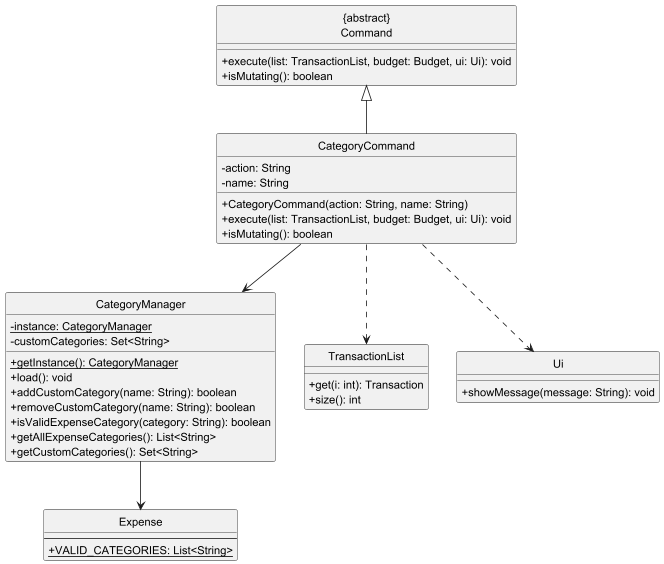
Before: docs/diagrams/CategoryClassDiagram.png, a diagram exported from PlantUML (benthejarofmint/tp). The source it was exported from:
```plantuml
@startuml CategoryClassDiagram
hide circle

skinparam classAttributeIconSize 0

class "{abstract}\nCommand" as Command {
  +execute(list: TransactionList, budget: Budget, ui: Ui): void
  +isMutating(): boolean
}

class CategoryCommand {
  -action: String
  -name: String
  +CategoryCommand(action: String, name: String)
  +execute(list: TransactionList, budget: Budget, ui: Ui): void
  +isMutating(): boolean
}

class CategoryManager {
  {static} -instance: CategoryManager
  -customCategories: Set<String>
  {static} +getInstance(): CategoryManager
  +load(): void
  +addCustomCategory(name: String): boolean
  +removeCustomCategory(name: String): boolean
  +isValidExpenseCategory(category: String): boolean
  +getAllExpenseCategories(): List<String>
  +getCustomCategories(): Set<String>
}

class TransactionList {
  +get(i: int): Transaction
  +size(): int
}

class Ui {
  +showMessage(message: String): void
}

class Expense {
  --
  {static} +VALID_CATEGORIES: List<String>
}

Command <|-- CategoryCommand
CategoryCommand --> CategoryManager
CategoryCommand ..> TransactionList
CategoryCommand ..> Ui
CategoryManager --> Expense
@enduml
```
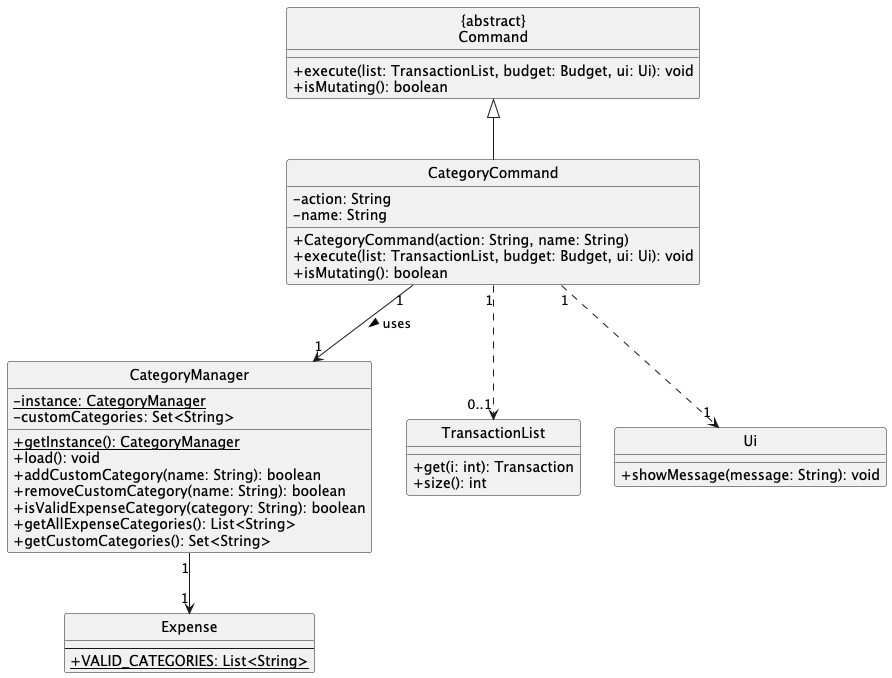
Later version of the same file.

Commit message:
Update CategoryClass Diagram and it's PNG

The edit, as a diff of the source:
```diff
@@ -43,8 +43,8 @@
 }
 
 Command <|-- CategoryCommand
-CategoryCommand --> CategoryManager
-CategoryCommand ..> TransactionList
-CategoryCommand ..> Ui
-CategoryManager --> Expense
+CategoryCommand "1" --> "1" CategoryManager : uses >
+CategoryCommand "1" ..> "0..1" TransactionList
+CategoryCommand "1" ..> "1" Ui
+CategoryManager "1" --> "1" Expense
 @enduml
```
